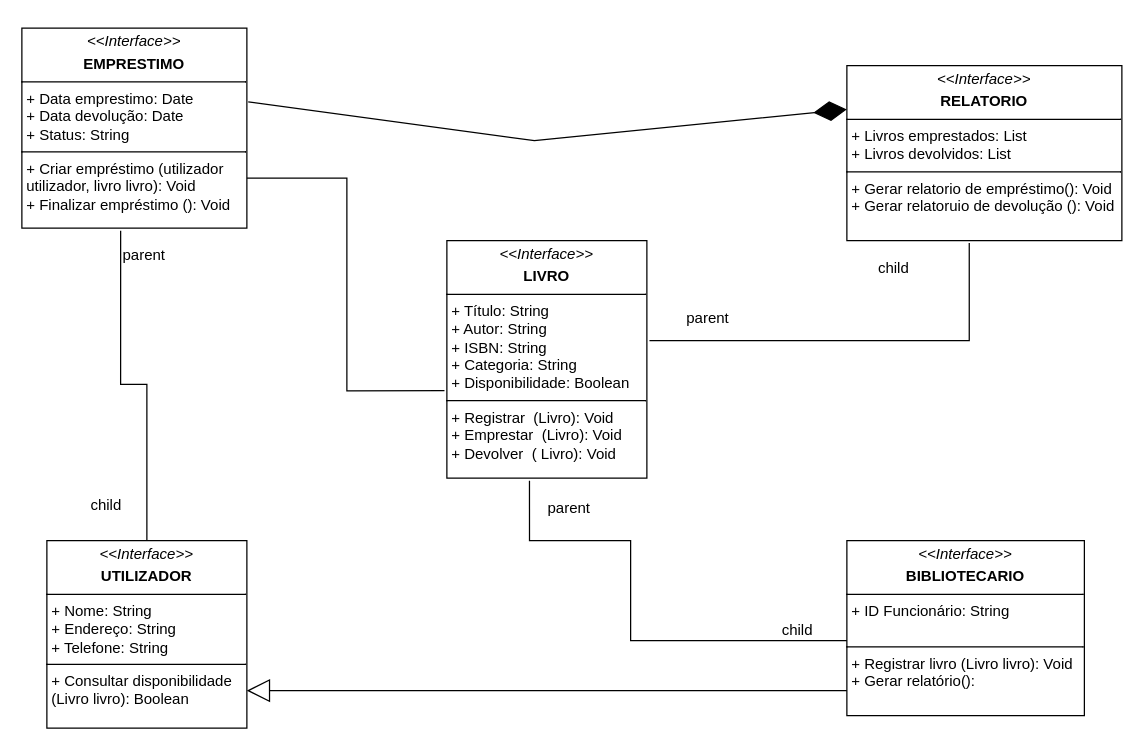
This is Untitled Diagram.drawio from agnesleoterio/python-exercises, a draw.io file, before an edit. Source tidied: cells renumbered, new cells numbered last; positions are measured from the earlier drawing's top-left corner, leaving out a move shared by most shapes. Both pictures are drawn from the tidied source at 125%, with x=0, y=0 at pixel (21, 28).
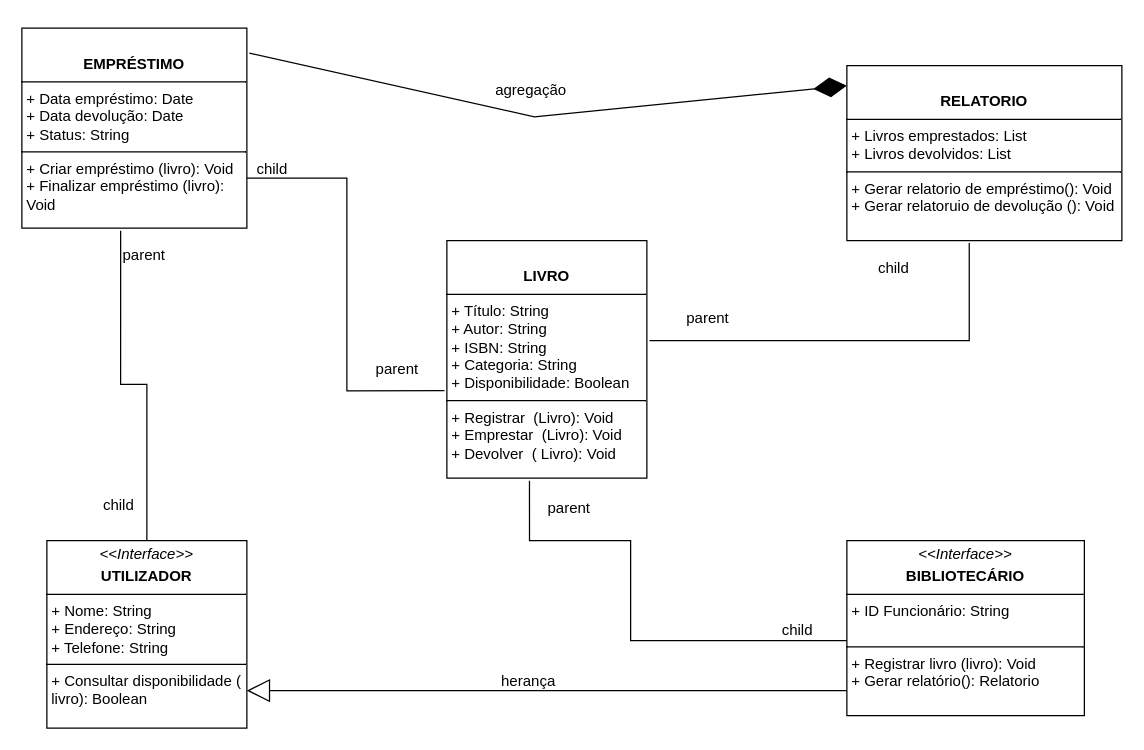
Above is the later version.

The change refers to these unchanged cells:
```xml
<mxCell id="11" style="endArrow=none;html=1;edgeStyle=orthogonalEdgeStyle;rounded=0;fontFamily=Helvetica;fontSize=12;fontColor=default;exitX=0.439;exitY=1.013;exitDx=0;exitDy=0;exitPerimeter=0;entryX=0.5;entryY=0;entryDx=0;entryDy=0;" parent="1" edge="1" source="5" target="4">
  <mxGeometry relative="1" as="geometry" />
</mxCell>
```

The edit, as a diff of the source:
```diff
@@
-    <mxCell id="3" value="&lt;p style=&quot;margin:0px;margin-top:4px;text-align:center;&quot;&gt;&lt;i&gt;&amp;lt;&amp;lt;Interface&amp;gt;&amp;gt;&lt;/i&gt;&lt;/p&gt;&lt;p style=&quot;margin:0px;margin-top:4px;text-align:center;&quot;&gt;&lt;b&gt;LIVRO&lt;/b&gt;&lt;br&gt;&lt;/p&gt;&lt;hr size=&quot;1&quot; style=&quot;border-style:solid;&quot;&gt;&lt;p style=&quot;margin:0px;margin-left:4px;&quot;&gt;+ Título: String&lt;br&gt;+ Autor: String&lt;/p&gt;&lt;p style=&quot;margin:0px;margin-left:4px;&quot;&gt;+ ISBN: String&lt;br&gt;&lt;/p&gt;&lt;p style=&quot;margin:0px;margin-left:4px;&quot;&gt;+ Categoria: String&lt;br&gt;&lt;/p&gt;&lt;p style=&quot;margin:0px;margin-left:4px;&quot;&gt;+ Disponibilidade: Boolean&lt;br&gt;&lt;/p&gt;&lt;hr size=&quot;1&quot; style=&quot;border-style:solid;&quot;&gt;&lt;p style=&quot;margin:0px;margin-left:4px;&quot;&gt;+ Registrar&amp;nbsp; (Livro): Void&lt;br&gt;&lt;/p&gt;&lt;p style=&quot;margin:0px;margin-left:4px;&quot;&gt;+ Emprestar&amp;nbsp; (Livro): Void&lt;br&gt;+ Devolver&amp;nbsp; ( Livro): Void&lt;/p&gt;" style="verticalAlign=top;align=left;overflow=fill;html=1;whiteSpace=wrap;strokeColor=default;fontFamily=Helvetica;fontSize=12;fontColor=default;fillColor=default;" parent="1" vertex="1">
+    <mxCell id="3" value="&lt;p style=&quot;margin:0px;margin-top:4px;text-align:center;&quot;&gt;&lt;br&gt;&lt;/p&gt;&lt;p style=&quot;margin:0px;margin-top:4px;text-align:center;&quot;&gt;&lt;b&gt;LIVRO&lt;/b&gt;&lt;br&gt;&lt;/p&gt;&lt;hr size=&quot;1&quot; style=&quot;border-style:solid;&quot;&gt;&lt;p style=&quot;margin:0px;margin-left:4px;&quot;&gt;+ Título: String&lt;br&gt;+ Autor: String&lt;/p&gt;&lt;p style=&quot;margin:0px;margin-left:4px;&quot;&gt;+ ISBN: String&lt;br&gt;&lt;/p&gt;&lt;p style=&quot;margin:0px;margin-left:4px;&quot;&gt;+ Categoria: String&lt;br&gt;&lt;/p&gt;&lt;p style=&quot;margin:0px;margin-left:4px;&quot;&gt;+ Disponibilidade: Boolean&lt;br&gt;&lt;/p&gt;&lt;hr size=&quot;1&quot; style=&quot;border-style:solid;&quot;&gt;&lt;p style=&quot;margin:0px;margin-left:4px;&quot;&gt;+ Registrar&amp;nbsp; (Livro): Void&lt;br&gt;&lt;/p&gt;&lt;p style=&quot;margin:0px;margin-left:4px;&quot;&gt;+ Emprestar&amp;nbsp; (Livro): Void&lt;br&gt;+ Devolver&amp;nbsp; ( Livro): Void&lt;/p&gt;" style="verticalAlign=top;align=left;overflow=fill;html=1;whiteSpace=wrap;strokeColor=default;fontFamily=Helvetica;fontSize=12;fontColor=default;fillColor=default;" parent="1" vertex="1">
       <mxGeometry x="340" y="170" width="160" height="190" as="geometry" />
     </mxCell>
-    <mxCell id="4" value="&lt;p style=&quot;margin:0px;margin-top:4px;text-align:center;&quot;&gt;&lt;i&gt;&amp;lt;&amp;lt;Interface&amp;gt;&amp;gt;&lt;/i&gt;&lt;/p&gt;&lt;p style=&quot;margin:0px;margin-top:4px;text-align:center;&quot;&gt;&lt;b&gt;UTILIZADOR&lt;/b&gt;&lt;br&gt;&lt;/p&gt;&lt;hr size=&quot;1&quot; style=&quot;border-style:solid;&quot;&gt;&lt;p style=&quot;margin:0px;margin-left:4px;&quot;&gt;+ Nome: String&lt;br&gt;+ Endereço: String&lt;/p&gt;&lt;p style=&quot;margin:0px;margin-left:4px;&quot;&gt;+ Telefone: String&lt;/p&gt;&lt;hr size=&quot;1&quot; style=&quot;border-style:solid;&quot;&gt;&lt;p style=&quot;margin:0px;margin-left:4px;&quot;&gt;+ Consultar disponibilidade (Livro livro): Boolean&lt;br&gt;&lt;br&gt;&lt;/p&gt;" style="verticalAlign=top;align=left;overflow=fill;html=1;whiteSpace=wrap;strokeColor=default;fontFamily=Helvetica;fontSize=12;fontColor=default;fillColor=default;" parent="1" vertex="1">
+    <mxCell id="4" value="&lt;p style=&quot;margin:0px;margin-top:4px;text-align:center;&quot;&gt;&lt;i&gt;&amp;lt;&amp;lt;Interface&amp;gt;&amp;gt;&lt;/i&gt;&lt;/p&gt;&lt;p style=&quot;margin:0px;margin-top:4px;text-align:center;&quot;&gt;&lt;b&gt;UTILIZADOR&lt;/b&gt;&lt;br&gt;&lt;/p&gt;&lt;hr size=&quot;1&quot; style=&quot;border-style:solid;&quot;&gt;&lt;p style=&quot;margin:0px;margin-left:4px;&quot;&gt;+ Nome: String&lt;br&gt;+ Endereço: String&lt;/p&gt;&lt;p style=&quot;margin:0px;margin-left:4px;&quot;&gt;+ Telefone: String&lt;/p&gt;&lt;hr size=&quot;1&quot; style=&quot;border-style:solid;&quot;&gt;&lt;p style=&quot;margin:0px;margin-left:4px;&quot;&gt;+ Consultar disponibilidade ( livro): Boolean&lt;br&gt;&lt;br&gt;&lt;/p&gt;" style="verticalAlign=top;align=left;overflow=fill;html=1;whiteSpace=wrap;strokeColor=default;fontFamily=Helvetica;fontSize=12;fontColor=default;fillColor=default;" parent="1" vertex="1">
       <mxGeometry x="20" y="410" width="160" height="150" as="geometry" />
     </mxCell>
-    <mxCell id="5" value="&lt;p style=&quot;margin:0px;margin-top:4px;text-align:center;&quot;&gt;&lt;i&gt;&amp;lt;&amp;lt;Interface&amp;gt;&amp;gt;&lt;/i&gt;&lt;/p&gt;&lt;p style=&quot;margin:0px;margin-top:4px;text-align:center;&quot;&gt;&lt;b&gt;EMPRESTIMO&lt;/b&gt;&lt;br&gt;&lt;/p&gt;&lt;hr size=&quot;1&quot; style=&quot;border-style:solid;&quot;&gt;&lt;p style=&quot;margin:0px;margin-left:4px;&quot;&gt;+ Data emprestimo: Date&lt;br&gt;+ Data devolução: Date&lt;/p&gt;&lt;p style=&quot;margin:0px;margin-left:4px;&quot;&gt;+ Status: String&lt;br&gt;&lt;/p&gt;&lt;hr size=&quot;1&quot; style=&quot;border-style:solid;&quot;&gt;&lt;p style=&quot;margin:0px;margin-left:4px;&quot;&gt;+ Criar empréstimo (utilizador utilizador, livro livro): Void &lt;br&gt;&lt;/p&gt;&lt;p style=&quot;margin:0px;margin-left:4px;&quot;&gt;+ Finalizar empréstimo (): Void &lt;br&gt;&lt;/p&gt;" style="verticalAlign=top;align=left;overflow=fill;html=1;whiteSpace=wrap;strokeColor=default;fontFamily=Helvetica;fontSize=12;fontColor=default;fillColor=default;" parent="1" vertex="1">
+    <mxCell id="5" value="&lt;p style=&quot;margin:0px;margin-top:4px;text-align:center;&quot;&gt;&lt;br&gt;&lt;/p&gt;&lt;p style=&quot;margin:0px;margin-top:4px;text-align:center;&quot;&gt;&lt;b&gt;EMPRÉSTIMO&lt;/b&gt;&lt;br&gt;&lt;/p&gt;&lt;hr size=&quot;1&quot; style=&quot;border-style:solid;&quot;&gt;&lt;p style=&quot;margin:0px;margin-left:4px;&quot;&gt;+ Data empréstimo: Date&lt;br&gt;+ Data devolução: Date&lt;/p&gt;&lt;p style=&quot;margin:0px;margin-left:4px;&quot;&gt;+ Status: String&lt;br&gt;&lt;/p&gt;&lt;hr size=&quot;1&quot; style=&quot;border-style:solid;&quot;&gt;&lt;p style=&quot;margin:0px;margin-left:4px;&quot;&gt;+ Criar empréstimo (livro): Void &lt;br&gt;&lt;/p&gt;&lt;p style=&quot;margin:0px;margin-left:4px;&quot;&gt;+ Finalizar empréstimo (livro): Void &lt;br&gt;&lt;/p&gt;" style="verticalAlign=top;align=left;overflow=fill;html=1;whiteSpace=wrap;strokeColor=default;fontFamily=Helvetica;fontSize=12;fontColor=default;fillColor=default;" parent="1" vertex="1">
       <mxGeometry width="180" height="160" as="geometry" />
     </mxCell>
-    <mxCell id="6" value="&lt;p style=&quot;margin:0px;margin-top:4px;text-align:center;&quot;&gt;&lt;i&gt;&amp;lt;&amp;lt;Interface&amp;gt;&amp;gt;&lt;/i&gt;&lt;/p&gt;&lt;p style=&quot;margin:0px;margin-top:4px;text-align:center;&quot;&gt;&lt;b&gt;BIBLIOTECARIO&lt;/b&gt;&lt;br&gt;&lt;/p&gt;&lt;hr size=&quot;1&quot; style=&quot;border-style:solid;&quot;&gt;&lt;p style=&quot;margin:0px;margin-left:4px;&quot;&gt;+ ID Funcionário: String&lt;br&gt;&lt;br&gt;&lt;/p&gt;&lt;hr size=&quot;1&quot; style=&quot;border-style:solid;&quot;&gt;&lt;p style=&quot;margin:0px;margin-left:4px;&quot;&gt;+ Registrar livro (Livro livro): Void&lt;br&gt;+ Gerar relatório(): &lt;br&gt;&lt;/p&gt;" style="verticalAlign=top;align=left;overflow=fill;html=1;whiteSpace=wrap;strokeColor=default;fontFamily=Helvetica;fontSize=12;fontColor=default;fillColor=default;" parent="1" vertex="1">
+    <mxCell id="6" value="&lt;p style=&quot;margin:0px;margin-top:4px;text-align:center;&quot;&gt;&lt;i&gt;&amp;lt;&amp;lt;Interface&amp;gt;&amp;gt;&lt;/i&gt;&lt;/p&gt;&lt;p style=&quot;margin:0px;margin-top:4px;text-align:center;&quot;&gt;&lt;b&gt;BIBLIOTECÁRIO&lt;/b&gt;&lt;br&gt;&lt;/p&gt;&lt;hr size=&quot;1&quot; style=&quot;border-style:solid;&quot;&gt;&lt;p style=&quot;margin:0px;margin-left:4px;&quot;&gt;+ ID Funcionário: String&lt;br&gt;&lt;br&gt;&lt;/p&gt;&lt;hr size=&quot;1&quot; style=&quot;border-style:solid;&quot;&gt;&lt;p style=&quot;margin:0px;margin-left:4px;&quot;&gt;+ Registrar livro (livro): Void&lt;br&gt;+ Gerar relatório(): Relatorio&lt;br&gt;&lt;/p&gt;" style="verticalAlign=top;align=left;overflow=fill;html=1;whiteSpace=wrap;strokeColor=default;fontFamily=Helvetica;fontSize=12;fontColor=default;fillColor=default;" parent="1" vertex="1">
       <mxGeometry x="660" y="410" width="190" height="140" as="geometry" />
     </mxCell>
-    <mxCell id="7" value="&lt;p style=&quot;margin:0px;margin-top:4px;text-align:center;&quot;&gt;&lt;i&gt;&amp;lt;&amp;lt;Interface&amp;gt;&amp;gt;&lt;/i&gt;&lt;/p&gt;&lt;p style=&quot;margin:0px;margin-top:4px;text-align:center;&quot;&gt;&lt;b&gt;RELATORIO&lt;/b&gt;&lt;br&gt;&lt;/p&gt;&lt;hr size=&quot;1&quot; style=&quot;border-style:solid;&quot;&gt;&lt;p style=&quot;margin:0px;margin-left:4px;&quot;&gt;+ Livros emprestados: List&lt;br&gt;+ Livros devolvidos: List&lt;/p&gt;&lt;hr size=&quot;1&quot; style=&quot;border-style:solid;&quot;&gt;&lt;p style=&quot;margin:0px;margin-left:4px;&quot;&gt;+ Gerar relatorio de empréstimo(): Void &lt;br&gt;+ Gerar relatoruio de devolução (): Void&lt;/p&gt;" style="verticalAlign=top;align=left;overflow=fill;html=1;whiteSpace=wrap;strokeColor=default;fontFamily=Helvetica;fontSize=12;fontColor=default;fillColor=default;" parent="1" vertex="1">
+    <mxCell id="7" value="&lt;p style=&quot;margin:0px;margin-top:4px;text-align:center;&quot;&gt;&lt;br&gt;&lt;/p&gt;&lt;p style=&quot;margin:0px;margin-top:4px;text-align:center;&quot;&gt;&lt;b&gt;RELATORIO&lt;/b&gt;&lt;br&gt;&lt;/p&gt;&lt;hr size=&quot;1&quot; style=&quot;border-style:solid;&quot;&gt;&lt;p style=&quot;margin:0px;margin-left:4px;&quot;&gt;+ Livros emprestados: List&lt;br&gt;+ Livros devolvidos: List&lt;/p&gt;&lt;hr size=&quot;1&quot; style=&quot;border-style:solid;&quot;&gt;&lt;p style=&quot;margin:0px;margin-left:4px;&quot;&gt;+ Gerar relatorio de empréstimo(): Void &lt;br&gt;+ Gerar relatoruio de devolução (): Void&lt;/p&gt;" style="verticalAlign=top;align=left;overflow=fill;html=1;whiteSpace=wrap;strokeColor=default;fontFamily=Helvetica;fontSize=12;fontColor=default;fillColor=default;" parent="1" vertex="1">
       <mxGeometry x="660" y="30" width="220" height="140" as="geometry" />
     </mxCell>
@@
     <mxCell id="13" value="child" style="edgeLabel;html=1;align=right;verticalAlign=bottom;strokeColor=default;fontFamily=Helvetica;fontSize=12;fontColor=default;fillColor=default;" parent="11" vertex="1">
       <mxGeometry x="1" relative="1" as="geometry">
-        <mxPoint x="-20" y="-20" as="offset" />
+        <mxPoint x="-10" y="-20" as="offset" />
       </mxGeometry>
     </mxCell>
@@
-    <mxCell id="16" style="endArrow=diamondThin;endFill=1;endSize=24;html=1;rounded=0;fontFamily=Helvetica;fontSize=12;fontColor=default;entryX=0;entryY=0.25;entryDx=0;entryDy=0;exitX=1.006;exitY=0.369;exitDx=0;exitDy=0;exitPerimeter=0;" parent="1" edge="1" source="5" target="7">
+    <mxCell id="16" style="endArrow=diamondThin;endFill=1;endSize=24;html=1;rounded=0;fontFamily=Helvetica;fontSize=12;fontColor=default;entryX=0;entryY=0.25;entryDx=0;entryDy=0;" parent="1" edge="1">
       <mxGeometry relative="1" as="geometry">
+        <mxPoint x="182" y="20" as="sourcePoint" />
+        <mxPoint x="660" y="46" as="targetPoint" />
         <Array as="points">
-          <mxPoint x="410" y="90" />
+          <mxPoint x="410" y="71" />
         </Array>
       </mxGeometry>
     </mxCell>
+    <mxCell id="20" value="agregação" style="edgeLabel;html=1;align=center;verticalAlign=middle;strokeColor=default;fontFamily=Helvetica;fontSize=12;fontColor=default;fillColor=default;" parent="16" vertex="1">
+      <mxGeometry x="-0.19" y="4" relative="1" as="geometry">
+        <mxPoint x="32" y="-9" as="offset" />
+      </mxGeometry>
+    </mxCell>
@@
+    <mxCell id="21" value="parent" style="text;html=1;align=center;verticalAlign=middle;strokeColor=none;fillColor=none;fontFamily=Helvetica;fontSize=12;fontColor=default;" parent="1" vertex="1">
+      <mxGeometry x="270" y="258" width="60" height="30" as="geometry" />
+    </mxCell>
+    <mxCell id="22" value="child" style="text;html=1;align=center;verticalAlign=middle;strokeColor=none;fillColor=none;fontFamily=Helvetica;fontSize=12;fontColor=default;" parent="1" vertex="1">
+      <mxGeometry x="175" y="98" width="50" height="30" as="geometry" />
+    </mxCell>
+    <mxCell id="23" value="herança" style="text;html=1;align=center;verticalAlign=middle;strokeColor=none;fillColor=none;fontFamily=Helvetica;fontSize=12;fontColor=default;" parent="1" vertex="1">
+      <mxGeometry x="370" y="508" width="70" height="30" as="geometry" />
+    </mxCell>
```
